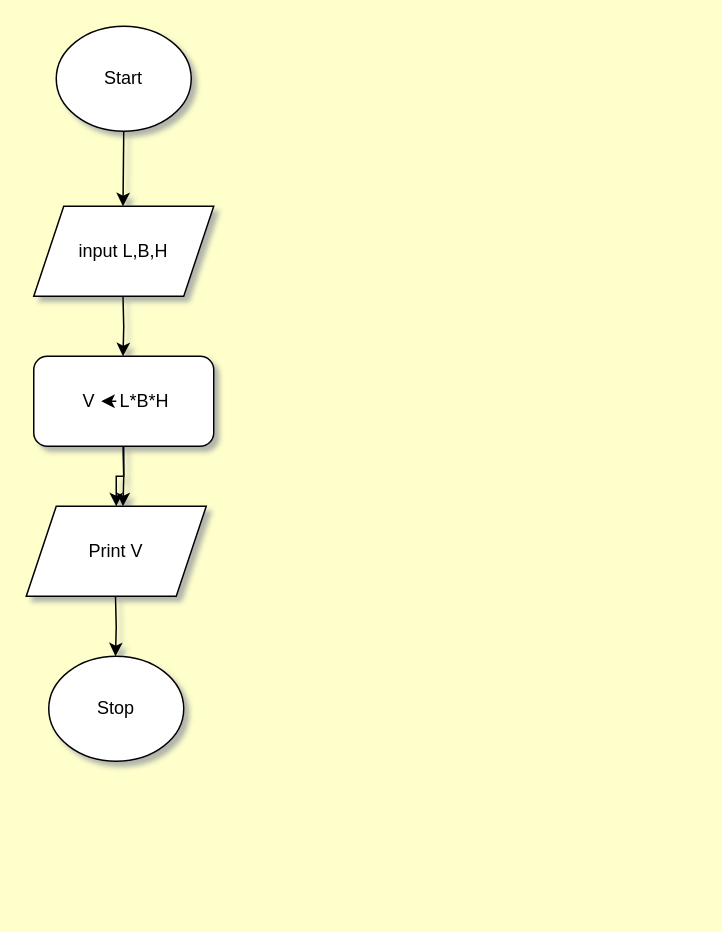
The draw.io diagram Lessons/Untitled Diagram.drawio in Orleanslindsay/Python_Programming, before the edit. Source tidied: cells renumbered, new cells numbered last; positions are measured from the earlier drawing's top-left corner, leaving out a move shared by most shapes. Both pictures are drawn from the tidied source at 150%, with x=0, y=0 at pixel (26, 26).
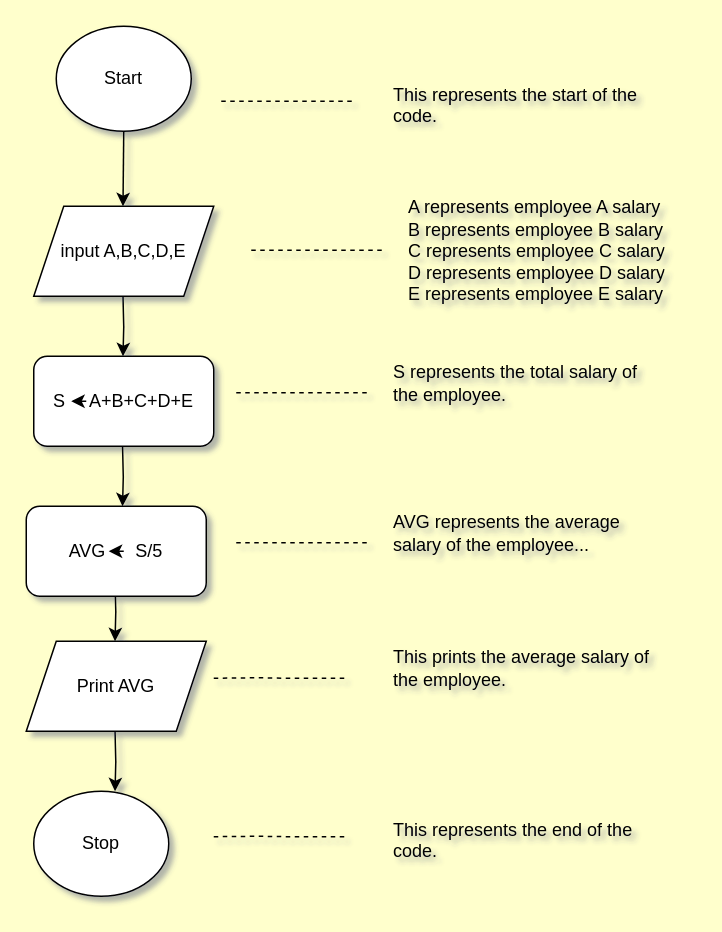
Above is the later version.

Commit message:
average salary

What changed in the source:
```diff
@@
     <mxCell id="2" value="Stop" style="ellipse;whiteSpace=wrap;html=1;" parent="1" vertex="1">
-      <mxGeometry x="15" y="420" width="90" height="70" as="geometry" />
+      <mxGeometry x="5" y="510" width="90" height="70" as="geometry" />
     </mxCell>
-    <mxCell id="3" value="input L,B,H" style="shape=parallelogram;perimeter=parallelogramPerimeter;whiteSpace=wrap;html=1;fixedSize=1;" parent="1" vertex="1">
+    <mxCell id="3" value="input A,B,C,D,E" style="shape=parallelogram;perimeter=parallelogramPerimeter;whiteSpace=wrap;html=1;fixedSize=1;" parent="1" vertex="1">
       <mxGeometry x="5" y="120" width="120" height="60" as="geometry" />
     </mxCell>
@@
-    <mxCell id="5" style="edgeStyle=orthogonalEdgeStyle;rounded=0;jettySize=auto;html=1;" parent="1" edge="1" source="6" target="8">
-      <mxGeometry relative="1" as="geometry" />
-    </mxCell>
-    <mxCell id="6" value="&amp;nbsp;V &amp;nbsp; &amp;nbsp; L*B*H" style="rounded=1;whiteSpace=wrap;html=1;" parent="1" vertex="1">
+    <mxCell id="6" value="S&amp;nbsp;&amp;nbsp;&amp;nbsp;&amp;nbsp; A+B+C+D+E" style="rounded=1;whiteSpace=wrap;html=1;" parent="1" vertex="1">
       <mxGeometry x="5" y="220" width="120" height="60" as="geometry" />
     </mxCell>
     <mxCell id="7" style="edgeStyle=orthogonalEdgeStyle;rounded=0;orthogonalLoop=1;jettySize=auto;html=1;" parent="1" edge="1">
       <mxGeometry relative="1" as="geometry">
-        <mxPoint x="64.5" y="280" as="sourcePoint" />
-        <mxPoint x="64.5" y="320" as="targetPoint" />
+        <mxPoint x="59.2" y="370" as="sourcePoint" />
+        <mxPoint x="59.2" y="410" as="targetPoint" />
       </mxGeometry>
     </mxCell>
-    <mxCell id="8" value="Print V" style="shape=parallelogram;perimeter=parallelogramPerimeter;whiteSpace=wrap;html=1;fixedSize=1;" parent="1" vertex="1">
-      <mxGeometry y="320" width="120" height="60" as="geometry" />
+    <mxCell id="8" value="Print AVG" style="shape=parallelogram;perimeter=parallelogramPerimeter;whiteSpace=wrap;html=1;fixedSize=1;" parent="1" vertex="1">
+      <mxGeometry y="410" width="120" height="60" as="geometry" />
     </mxCell>
@@
     <mxCell id="10" style="edgeStyle=orthogonalEdgeStyle;rounded=0;orthogonalLoop=1;jettySize=auto;html=1;" parent="1" edge="1">
       <mxGeometry relative="1" as="geometry">
-        <mxPoint x="59.5" y="380" as="sourcePoint" />
-        <mxPoint x="59.5" y="420" as="targetPoint" />
+        <mxPoint x="59.2" y="470" as="sourcePoint" />
+        <mxPoint x="59.2" y="510" as="targetPoint" />
       </mxGeometry>
     </mxCell>
@@
     <mxCell id="12" style="edgeStyle=orthogonalEdgeStyle;rounded=0;orthogonalLoop=1;jettySize=auto;html=1;" parent="1" edge="1">
       <mxGeometry relative="1" as="geometry">
-        <mxPoint x="60" y="250" as="sourcePoint" />
-        <mxPoint x="50" y="249.5" as="targetPoint" />
+        <mxPoint x="40" y="250" as="sourcePoint" />
+        <mxPoint x="30" y="249.5" as="targetPoint" />
       </mxGeometry>
     </mxCell>
+    <mxCell id="13" value="&lt;div&gt;&lt;br&gt;&lt;/div&gt;&lt;div&gt;A represents employee A salary &lt;br&gt;&lt;/div&gt;&lt;div&gt;B represents employee B salary &lt;br&gt;&lt;/div&gt;&lt;div&gt;C represents employee C salary &lt;br&gt;&lt;/div&gt;&lt;div&gt;D represents employee D salary &lt;br&gt;&lt;/div&gt;&lt;div&gt;E represents employee E salary &lt;/div&gt;" style="text;html=1;strokeColor=none;fillColor=none;spacing=5;spacingTop=-20;whiteSpace=wrap;overflow=hidden;rounded=0;" parent="1" vertex="1">
+      <mxGeometry x="250" y="110" width="190" height="100" as="geometry" />
+    </mxCell>
+    <mxCell id="14" value="AVG&amp;nbsp;&amp;nbsp;&amp;nbsp;&amp;nbsp;&amp;nbsp; S/5" style="rounded=1;whiteSpace=wrap;html=1;" parent="1" vertex="1">
+      <mxGeometry y="320" width="120" height="60" as="geometry" />
+    </mxCell>
+    <mxCell id="15" style="edgeStyle=orthogonalEdgeStyle;rounded=0;orthogonalLoop=1;jettySize=auto;html=1;" parent="1" edge="1">
+      <mxGeometry relative="1" as="geometry">
+        <mxPoint x="64.2" y="280" as="sourcePoint" />
+        <mxPoint x="64.2" y="320" as="targetPoint" />
+      </mxGeometry>
+    </mxCell>
+    <mxCell id="16" style="edgeStyle=orthogonalEdgeStyle;rounded=0;orthogonalLoop=1;jettySize=auto;html=1;" parent="1" edge="1">
+      <mxGeometry relative="1" as="geometry">
+        <mxPoint x="65" y="350" as="sourcePoint" />
+        <mxPoint x="55" y="349.5" as="targetPoint" />
+      </mxGeometry>
+    </mxCell>
+    <mxCell id="17" value="&lt;div&gt;&lt;br&gt;&lt;/div&gt;&lt;div&gt;S represents the total salary of the employee.&lt;br&gt;&lt;/div&gt;" style="text;html=1;strokeColor=none;fillColor=none;spacing=5;spacingTop=-20;whiteSpace=wrap;overflow=hidden;rounded=0;" parent="1" vertex="1">
+      <mxGeometry x="240" y="220" width="190" height="50" as="geometry" />
+    </mxCell>
+    <mxCell id="18" value="&lt;div&gt;&lt;br&gt;&lt;/div&gt;&lt;div&gt;AVG represents the average salary of the employee... &lt;br&gt;&lt;/div&gt;" style="text;html=1;strokeColor=none;fillColor=none;spacing=5;spacingTop=-20;whiteSpace=wrap;overflow=hidden;rounded=0;" parent="1" vertex="1">
+      <mxGeometry x="240" y="320" width="190" height="50" as="geometry" />
+    </mxCell>
+    <mxCell id="19" value="&lt;div&gt;&lt;br&gt;&lt;/div&gt;&lt;div&gt;This prints the average salary of the employee. &lt;br&gt;&lt;/div&gt;" style="text;html=1;strokeColor=none;fillColor=none;spacing=5;spacingTop=-20;whiteSpace=wrap;overflow=hidden;rounded=0;" parent="1" vertex="1">
+      <mxGeometry x="240" y="410" width="190" height="50" as="geometry" />
+    </mxCell>
+    <mxCell id="20" value="&lt;br&gt;&lt;div&gt;&lt;br&gt;&lt;/div&gt;&lt;div&gt;This represents the end of the code.&lt;br&gt;&lt;/div&gt;" style="text;html=1;strokeColor=none;fillColor=none;spacing=5;spacingTop=-20;whiteSpace=wrap;overflow=hidden;rounded=0;" parent="1" vertex="1">
+      <mxGeometry x="240" y="510" width="190" height="50" as="geometry" />
+    </mxCell>
+    <mxCell id="21" value="&lt;br&gt;&lt;div&gt;&lt;br&gt;&lt;/div&gt;&lt;div&gt;This represents the start of the code.&lt;br&gt;&lt;/div&gt;" style="text;html=1;strokeColor=none;fillColor=none;spacing=5;spacingTop=-20;whiteSpace=wrap;overflow=hidden;rounded=0;" parent="1" vertex="1">
+      <mxGeometry x="240" y="20" width="190" height="50" as="geometry" />
+    </mxCell>
+    <mxCell id="22" style="endArrow=none;dashed=1;html=1;rounded=0;" parent="1" edge="1">
+      <mxGeometry relative="1" as="geometry">
+        <mxPoint x="130" y="50" as="sourcePoint" />
+        <mxPoint x="220" y="50" as="targetPoint" />
+        <Array as="points">
+          <mxPoint x="180" y="50" />
+        </Array>
+      </mxGeometry>
+    </mxCell>
+    <mxCell id="23" style="endArrow=none;dashed=1;html=1;rounded=0;" parent="1" edge="1">
+      <mxGeometry relative="1" as="geometry">
+        <mxPoint x="140" y="244.3" as="sourcePoint" />
+        <mxPoint x="230" y="244.3" as="targetPoint" />
+        <Array as="points">
+          <mxPoint x="190" y="244.3" />
+        </Array>
+      </mxGeometry>
+    </mxCell>
+    <mxCell id="24" style="endArrow=none;dashed=1;html=1;rounded=0;" parent="1" edge="1">
+      <mxGeometry relative="1" as="geometry">
+        <mxPoint x="150" y="149.3" as="sourcePoint" />
+        <mxPoint x="240" y="149.3" as="targetPoint" />
+        <Array as="points">
+          <mxPoint x="200" y="149.3" />
+        </Array>
+      </mxGeometry>
+    </mxCell>
+    <mxCell id="25" style="endArrow=none;dashed=1;html=1;rounded=0;" parent="1" edge="1">
+      <mxGeometry relative="1" as="geometry">
+        <mxPoint x="140" y="344.3" as="sourcePoint" />
+        <mxPoint x="230" y="344.3" as="targetPoint" />
+        <Array as="points">
+          <mxPoint x="190" y="344.3" />
+        </Array>
+      </mxGeometry>
+    </mxCell>
+    <mxCell id="26" style="endArrow=none;dashed=1;html=1;rounded=0;" parent="1" edge="1">
+      <mxGeometry relative="1" as="geometry">
+        <mxPoint x="125" y="434.7" as="sourcePoint" />
+        <mxPoint x="215" y="434.7" as="targetPoint" />
+        <Array as="points">
+          <mxPoint x="155" y="434.3" />
+          <mxPoint x="175" y="434.7" />
+        </Array>
+      </mxGeometry>
+    </mxCell>
+    <mxCell id="27" style="endArrow=none;dashed=1;html=1;rounded=0;" parent="1" edge="1">
+      <mxGeometry relative="1" as="geometry">
+        <mxPoint x="125" y="540.3" as="sourcePoint" />
+        <mxPoint x="215" y="540.3" as="targetPoint" />
+        <Array as="points">
+          <mxPoint x="155" y="540" />
+          <mxPoint x="175" y="540.3" />
+        </Array>
+      </mxGeometry>
+    </mxCell>
```
